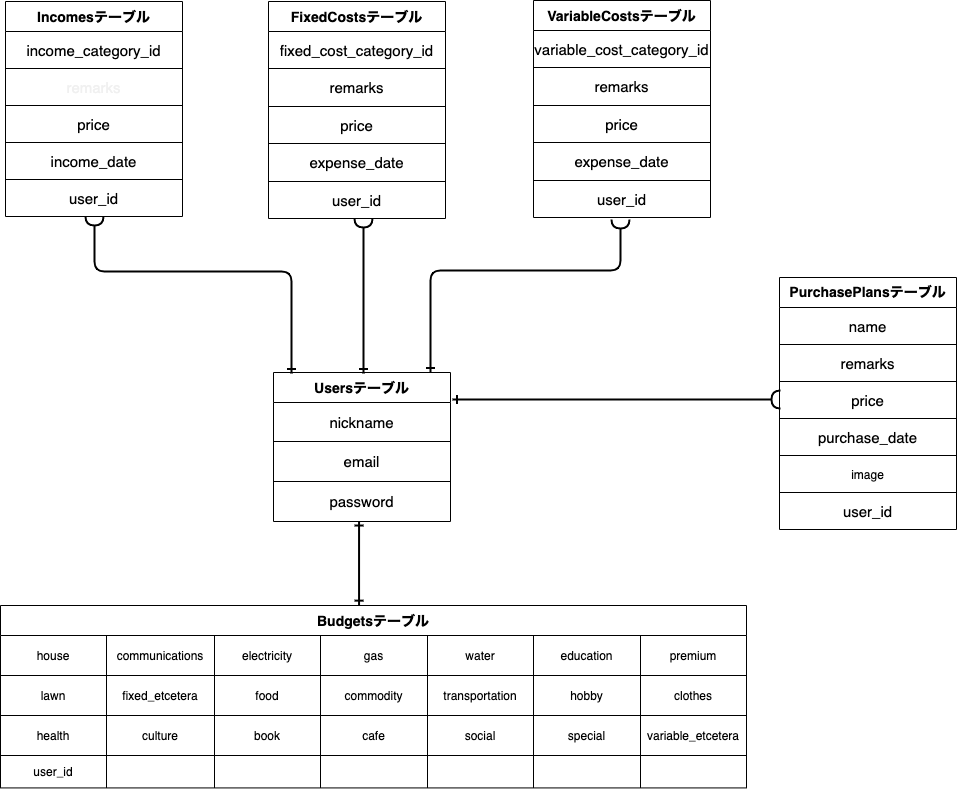
Earlier version of the draw.io export app/assets/images/ER.png (TAISEI-050523/money_book). Source tidied: cells renumbered, new cells last; positions are measured from the earlier drawing's top-left corner, leaving out a move shared by most shapes.
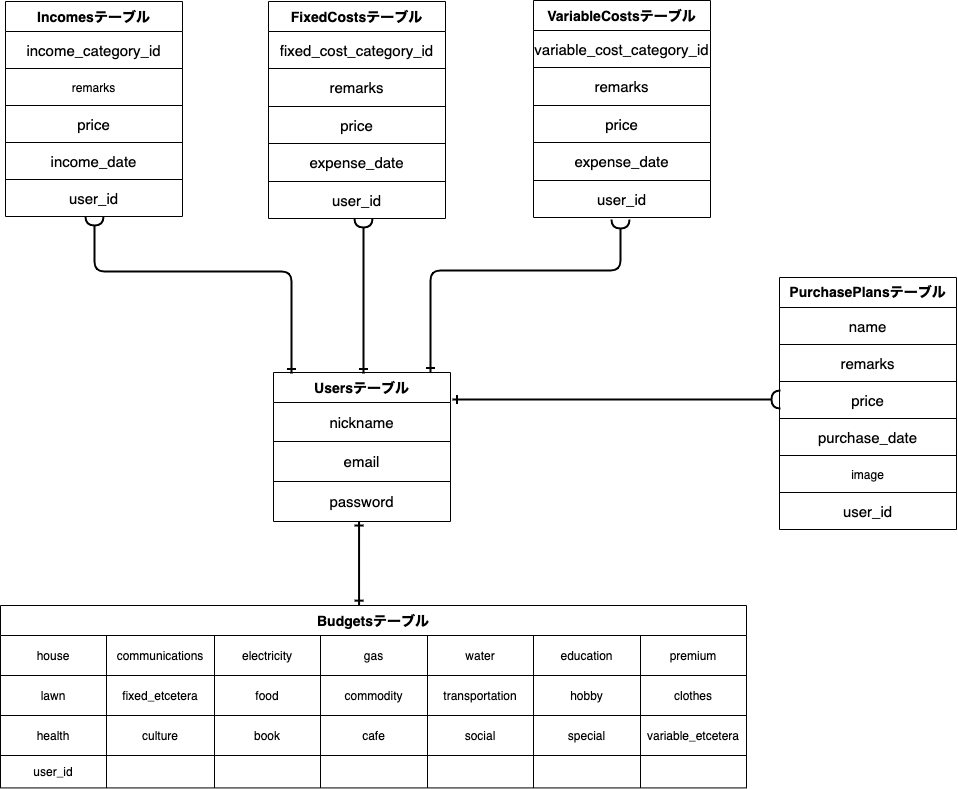
After the change.

Diff of the diagram source:
```diff
@@ -113,7 +113,7 @@
     <mxCell id="38" style="shape=partialRectangle;html=1;whiteSpace=wrap;fillColor=none;top=0;left=0;bottom=0;right=0;" parent="35" vertex="1">
       <mxGeometry y="67" width="177" height="37" as="geometry" />
     </mxCell>
-    <mxCell id="39" value="&lt;meta charset=&quot;utf-8&quot;&gt;&lt;span style=&quot;color: rgb(240, 240, 240); font-family: helvetica; font-size: 15px; font-style: normal; font-weight: 400; letter-spacing: normal; text-align: center; text-indent: 0px; text-transform: none; word-spacing: 0px; display: inline; float: none;&quot;&gt;remarks&lt;/span&gt;" style="shape=partialRectangle;html=1;whiteSpace=wrap;fillColor=none;top=0;left=0;bottom=0;right=0;overflow=hidden;labelBackgroundColor=none;" parent="38" vertex="1">
+    <mxCell id="39" value="remarks" style="shape=partialRectangle;html=1;whiteSpace=wrap;fillColor=none;top=0;left=0;bottom=0;right=0;overflow=hidden;" parent="38" vertex="1">
       <mxGeometry width="177" height="37" as="geometry" />
     </mxCell>
     <mxCell id="40" style="shape=partialRectangle;html=1;whiteSpace=wrap;fillColor=none;top=0;left=0;bottom=0;right=0;" parent="35" vertex="1">
```
